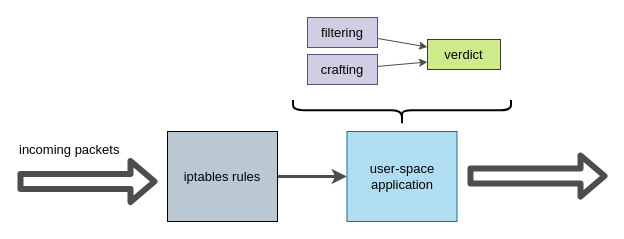
This is page "Page-10" (10 of 11) of images/images.drawio from ilsergente1993/MasterThesis, a draw.io file, before an edit. Source tidied: cells renumbered, new cells numbered last; positions are measured from the earlier drawing's top-left corner, leaving out a move shared by most shapes. Both pictures are drawn from the tidied source at 100%, with x=0, y=0 at pixel (17, 3).
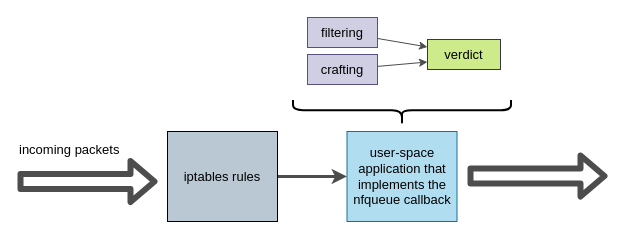
Above is the later version.

Diff of the diagram source:
```diff
@@
 <mxGraphModel>
   <root>
     <mxCell id="0" />
     <mxCell id="1" parent="0" />
     <mxCell id="2" style="shape=flexArrow;endArrow=classic;html=1;strokeColor=#4D4D4D;strokeWidth=6;fontSize=13;fontColor=none;" parent="1" edge="1">
       <mxGeometry relative="1" as="geometry">
         <mxPoint y="178" as="sourcePoint" />
         <mxPoint x="140" y="178" as="targetPoint" />
       </mxGeometry>
     </mxCell>
     <mxCell id="3" style="edgeStyle=none;rounded=0;jettySize=auto;html=1;entryX=0;entryY=0.5;entryDx=0;entryDy=0;endArrow=classic;endFill=1;strokeColor=#4D4D4D;strokeWidth=3;fontSize=13;fontColor=none;" parent="1" edge="1" source="4" target="6">
       <mxGeometry relative="1" as="geometry" />
     </mxCell>
     <mxCell id="4" value="iptables rules" style="rounded=0;whiteSpace=wrap;html=1;strokeColor=#000000;strokeWidth=1;fillColor=#bac8d3;fontSize=13;" parent="1" vertex="1">
       <mxGeometry x="150" y="128" width="110" height="90" as="geometry" />
     </mxCell>
     <mxCell id="5" value="incoming packets" style="text;html=1;align=left;verticalAlign=top;spacingTop=-4;fontSize=13;fontColor=none;" parent="1" vertex="1">
       <mxGeometry y="136" width="120" height="20" as="geometry" />
     </mxCell>
-    <mxCell id="6" value="user-space application" style="rounded=0;whiteSpace=wrap;html=1;strokeColor=#10739e;strokeWidth=1;fillColor=#b1ddf0;fontSize=13;" parent="1" vertex="1">
+    <mxCell id="6" value="user-space application that implements the nfqueue callback" style="rounded=0;whiteSpace=wrap;html=1;strokeColor=#10739e;strokeWidth=1;fillColor=#b1ddf0;fontSize=13;" parent="1" vertex="1">
       <mxGeometry x="329.5" y="128" width="110" height="90" as="geometry" />
     </mxCell>
     <mxCell id="7" style="edgeStyle=none;rounded=0;jettySize=auto;html=1;entryX=0;entryY=0.75;entryDx=0;entryDy=0;endArrow=classic;endFill=1;strokeColor=#4D4D4D;strokeWidth=1;fontSize=13;fontColor=none;" parent="1" edge="1" source="8" target="11">
       <mxGeometry relative="1" as="geometry" />
     </mxCell>
     <mxCell id="8" value="crafting" style="rounded=0;whiteSpace=wrap;html=1;strokeColor=#56517e;strokeWidth=1;fillColor=#d0cee2;fontSize=13;" parent="1" vertex="1">
       <mxGeometry x="290" y="51" width="70" height="30" as="geometry" />
     </mxCell>
     <mxCell id="9" style="edgeStyle=none;rounded=0;jettySize=auto;html=1;entryX=0;entryY=0.25;entryDx=0;entryDy=0;endArrow=classic;endFill=1;strokeColor=#4D4D4D;strokeWidth=1;fontSize=13;fontColor=none;" parent="1" edge="1" source="10" target="11">
       <mxGeometry relative="1" as="geometry" />
     </mxCell>
     <mxCell id="10" value="filtering" style="rounded=0;whiteSpace=wrap;html=1;strokeColor=#56517e;strokeWidth=1;fillColor=#d0cee2;fontSize=13;" parent="1" vertex="1">
       <mxGeometry x="290" y="14" width="70" height="30" as="geometry" />
     </mxCell>
     <mxCell id="11" value="verdict" style="rounded=0;whiteSpace=wrap;html=1;strokeColor=#36393d;strokeWidth=1;fillColor=#cdeb8b;fontSize=13;" parent="1" vertex="1">
       <mxGeometry x="410" y="36" width="73" height="30" as="geometry" />
     </mxCell>
     <mxCell id="12" style="shape=flexArrow;endArrow=classic;html=1;strokeColor=#4D4D4D;strokeWidth=6;fontSize=13;fontColor=none;" parent="1" edge="1">
       <mxGeometry relative="1" as="geometry">
         <mxPoint x="450" y="172.5" as="sourcePoint" />
         <mxPoint x="590" y="172.5" as="targetPoint" />
       </mxGeometry>
     </mxCell>
     <mxCell id="13" style="shape=curlyBracket;whiteSpace=wrap;html=1;rounded=1;strokeColor=#000000;strokeWidth=2;fillColor=#FF0000;fontSize=13;fontColor=none;rotation=-90;size=0.5924137931034488;" parent="1" vertex="1">
       <mxGeometry x="372" width="25" height="218" as="geometry" />
     </mxCell>
   </root>
 </mxGraphModel>
```
